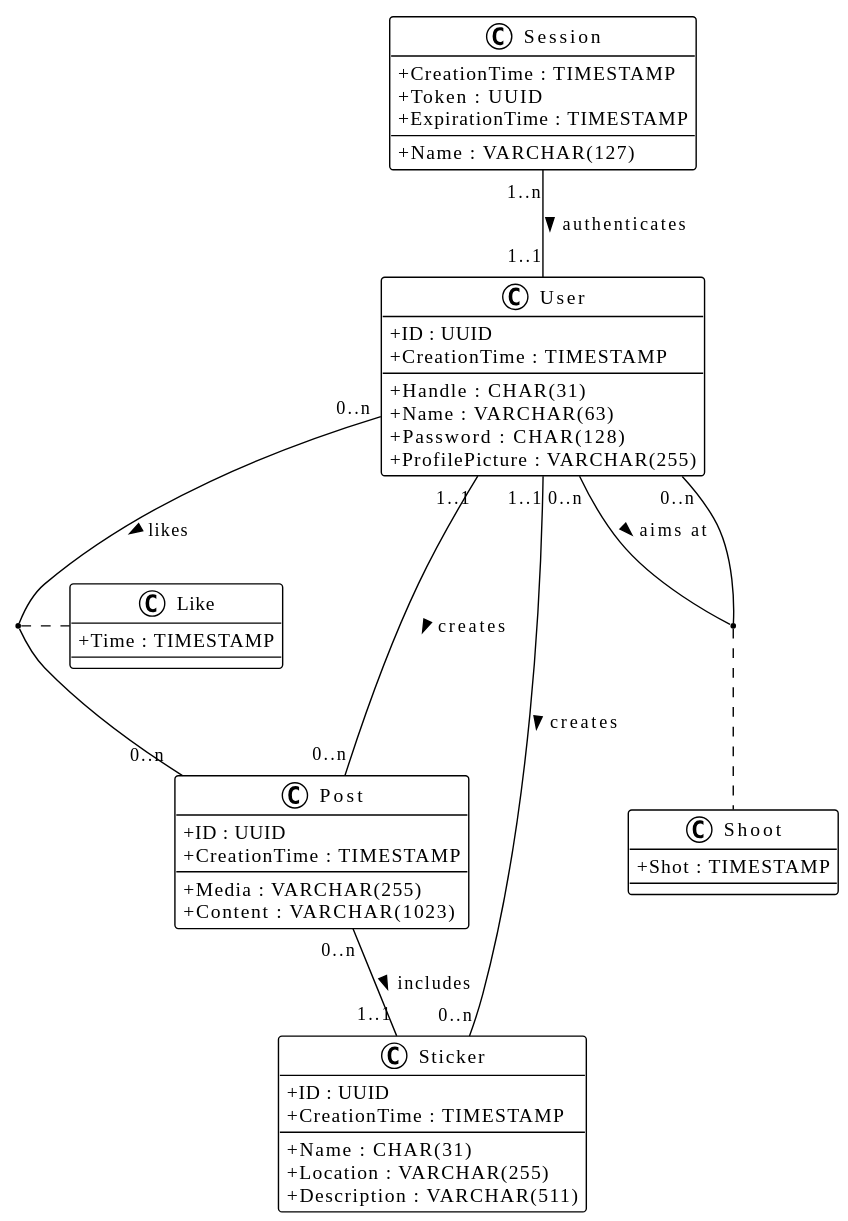
The PlantUML diagram doc/hiddlestickUML.svg in luca-baeck/Soziales-Netzwerk, before a commit.
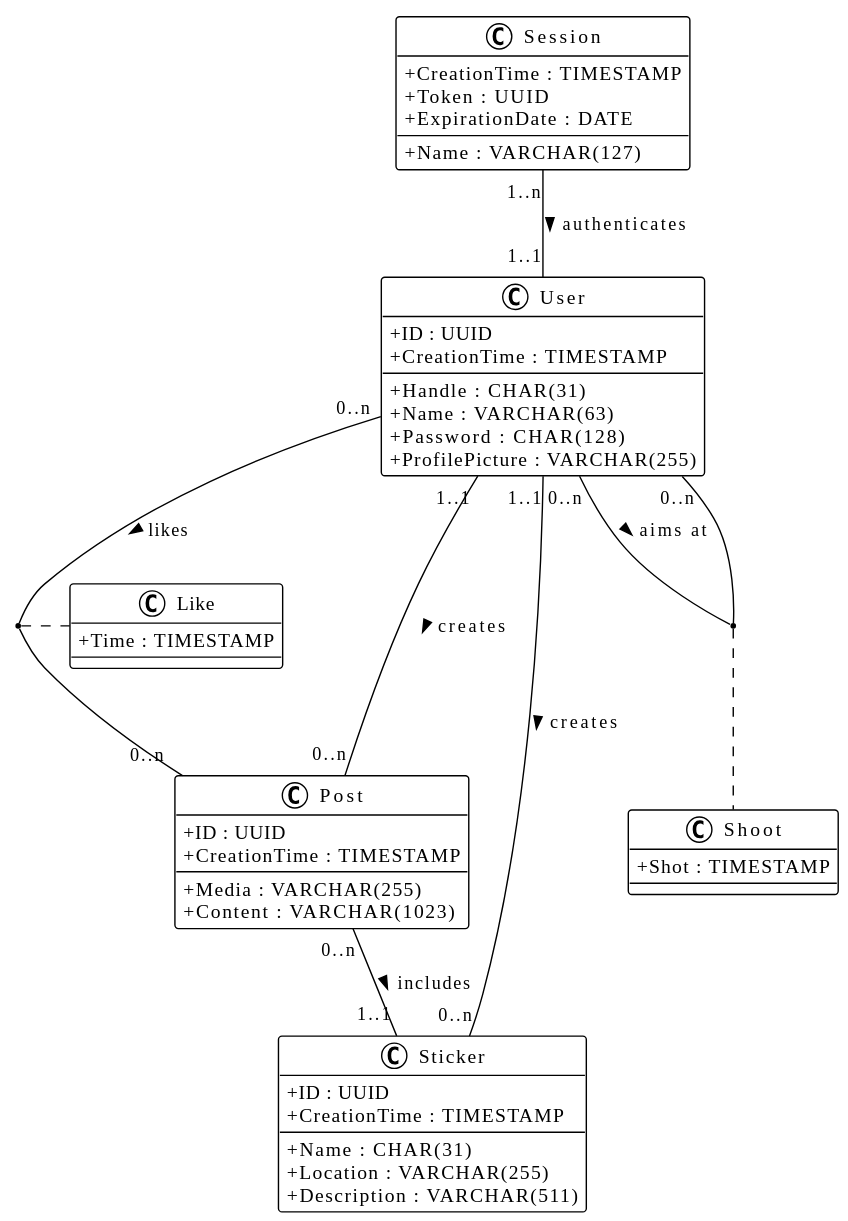
The same file after the commit.

Commit message:
Changed type of expiration from TIMESTAMP to DATE

Diff of the diagram source:
```diff
@@ -47,6 +47,6 @@
     + CreationTime : TIMESTAMP
     + Name : VARCHAR(127)
     + Token : UUID
-    + ExpirationTime : TIMESTAMP
+    + ExpirationDate : DATE
 }
 @enduml
```
